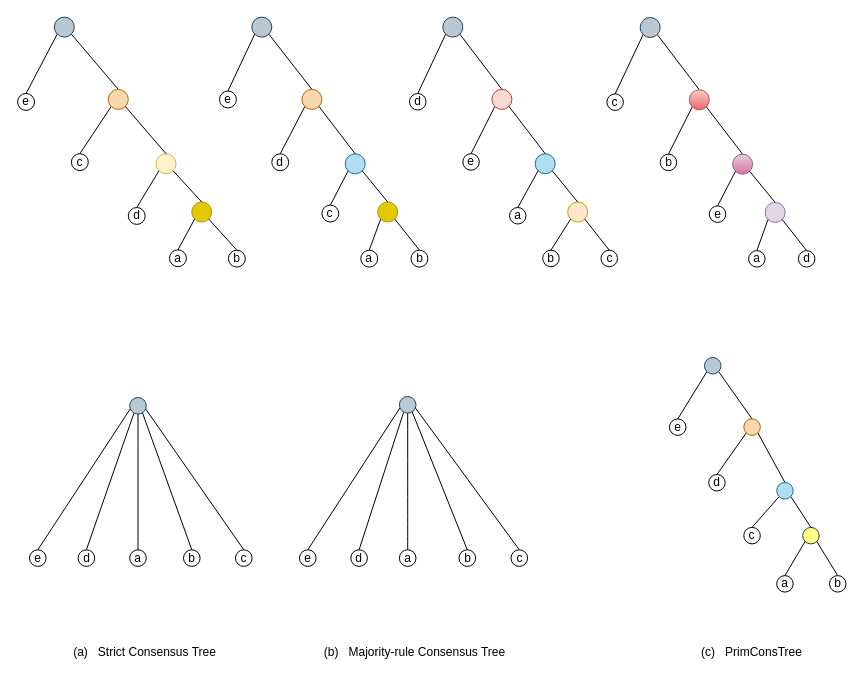
The draw.io diagram page "tree-1" (3 of 3) of img/tree_compare.drawio in habibsifat/ConsensusTree, before the edit. Source tidied: cells renumbered, new cells numbered last; positions are measured from the earlier drawing's top-left corner, leaving out a move shared by most shapes. Both pictures are drawn from the tidied source at 100%, with x=0, y=0 at pixel (17, 17).
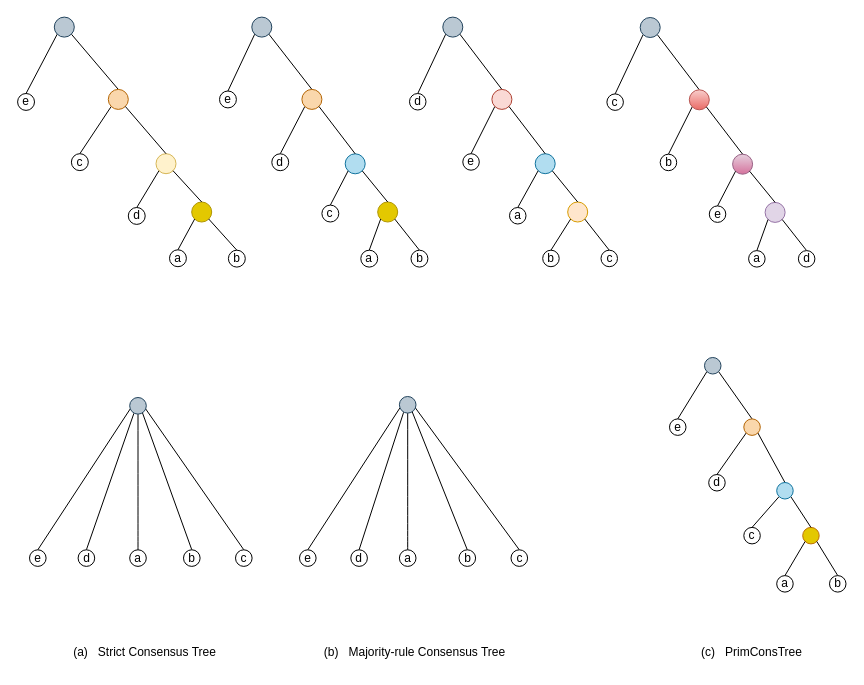
Above is the later version.

The change refers to these unchanged cells:
```xml
<mxCell id="72" style="group;" parent="1" vertex="1">
  <mxGeometry x="652" y="340" width="176.5" height="309.6" as="geometry" />
</mxCell>
```

Diff of the diagram source:
```diff
@@
-    <mxCell id="74" style="ellipse;whiteSpace=wrap;html=1;fontStyle=0;fillColor=#ffff88;strokeColor=#36393d;" parent="72" vertex="1">
+    <mxCell id="74" style="ellipse;whiteSpace=wrap;html=1;fontStyle=0;fillColor=#e3c800;strokeColor=#BD7000;fontColor=#000000;" parent="72" vertex="1">
       <mxGeometry x="133.2" y="169.9" width="16.5" height="16.5" as="geometry" />
     </mxCell>
```
